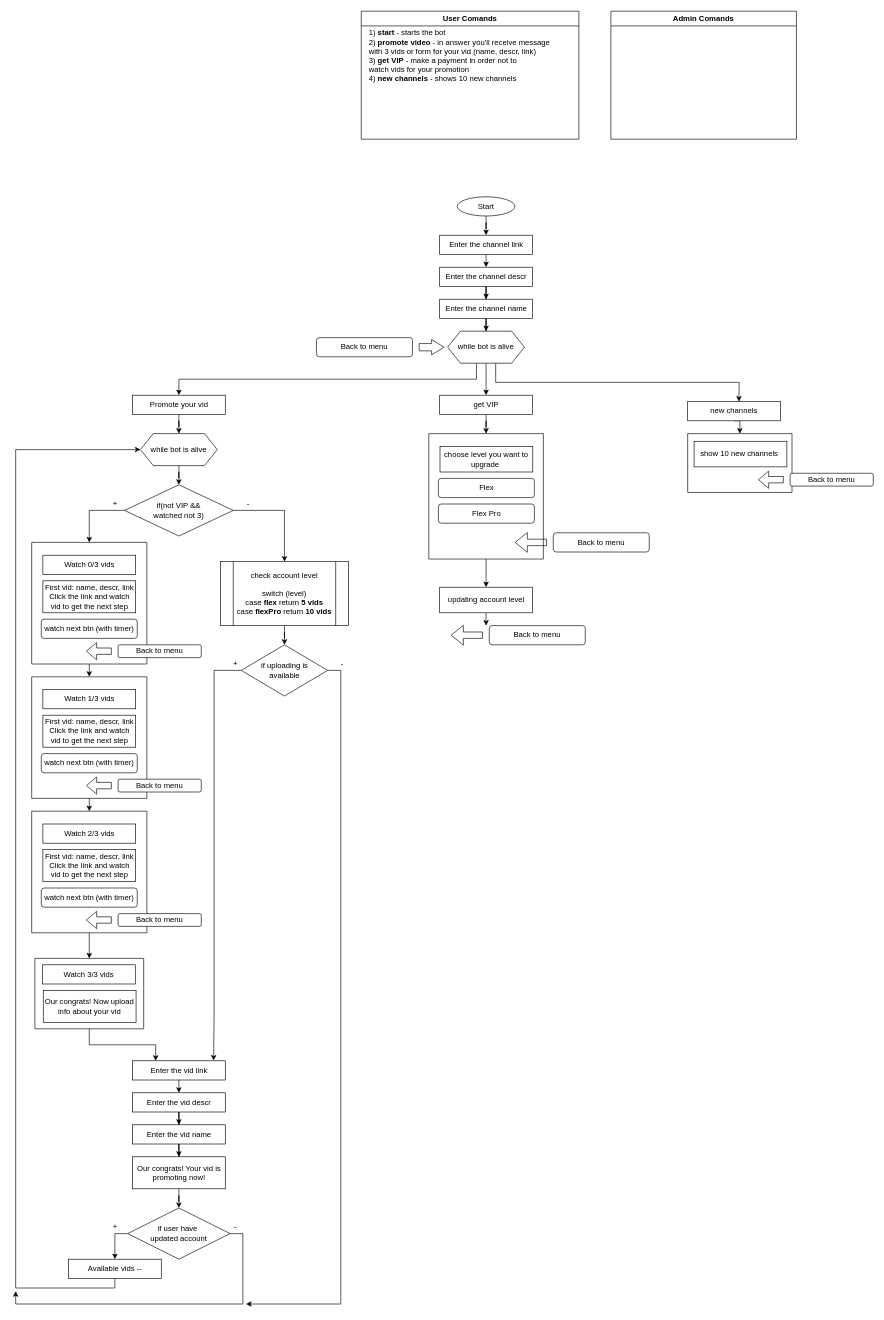
Above: TG bot.drawio in TitanKuzmich/planeStats (draw.io), before the change. Source tidied: cells renumbered, new cells numbered last; positions are measured from the earlier drawing's top-left corner, leaving out a move shared by most shapes. Both pictures are drawn from the tidied source at 64%, with x=0, y=0 at pixel (15, 11).
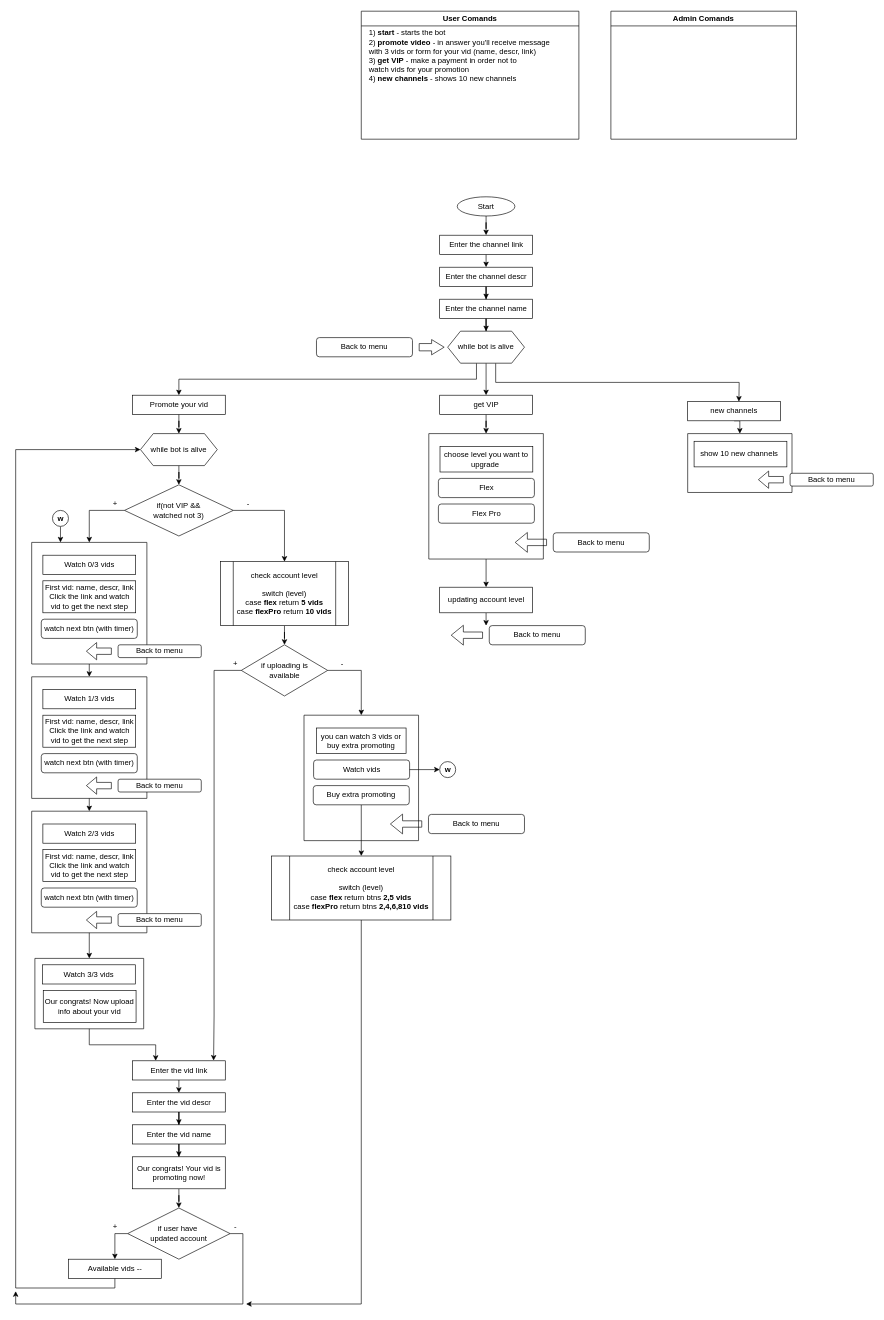
The same page after the edit.

The change refers to these unchanged cells:
```xml
<mxCell id="29" style="swimlane;startSize=0;" parent="1" vertex="1">
  <mxGeometry x="25" y="830" width="180" height="190" as="geometry" />
</mxCell>
<mxCell id="57" value="if uploading is&lt;br&gt;available" style="rhombus;whiteSpace=wrap;html=1;" parent="1" vertex="1">
  <mxGeometry x="352.5" y="990" width="135" height="80" as="geometry" />
</mxCell>
```

Change to the diagram source:
```diff
@@
-    <mxCell id="56" style="edgeStyle=orthogonalEdgeStyle;rounded=0;jettySize=auto;html=1;exitX=1;exitY=0.5;exitDx=0;exitDy=0;" parent="1" edge="1" source="57">
-      <mxGeometry relative="1" as="geometry">
-        <mxPoint x="360" y="2020" as="targetPoint" />
-        <Array as="points">
-          <mxPoint x="508" y="1030" />
-          <mxPoint x="508" y="2020" />
-        </Array>
-      </mxGeometry>
-    </mxCell>
+    <mxCell id="94" style="edgeStyle=orthogonalEdgeStyle;rounded=0;jettySize=auto;html=1;exitX=1;exitY=0.5;exitDx=0;exitDy=0;entryX=0.5;entryY=0;entryDx=0;entryDy=0;" parent="1" edge="1" source="57" target="96">
+      <mxGeometry relative="1" as="geometry" />
+    </mxCell>
@@
+    <mxCell id="95" style="edgeStyle=orthogonalEdgeStyle;rounded=0;jettySize=auto;html=1;exitX=0.5;exitY=1;exitDx=0;exitDy=0;" parent="1" edge="1" source="97" target="107">
+      <mxGeometry relative="1" as="geometry" />
+    </mxCell>
+    <mxCell id="96" style="swimlane;startSize=0;" parent="1" vertex="1">
+      <mxGeometry x="450.5" y="1100" width="179" height="196" as="geometry" />
+    </mxCell>
+    <mxCell id="97" value="Buy extra promoting" style="rounded=1;whiteSpace=wrap;html=1;" parent="96" vertex="1">
+      <mxGeometry x="14.5" y="110" width="150" height="30" as="geometry" />
+    </mxCell>
+    <mxCell id="98" value="Watch vids" style="rounded=1;whiteSpace=wrap;html=1;" parent="96" vertex="1">
+      <mxGeometry x="15" y="70" width="150" height="30" as="geometry" />
+    </mxCell>
+    <mxCell id="99" style="shape=flexArrow;endArrow=classic;html=1;" parent="96" edge="1">
+      <mxGeometry relative="1" as="geometry">
+        <mxPoint x="184.5" y="170" as="sourcePoint" />
+        <mxPoint x="134.5" y="170" as="targetPoint" />
+      </mxGeometry>
+    </mxCell>
+    <mxCell id="100" value="you can watch 3 vids or buy extra promoting" style="rounded=0;whiteSpace=wrap;html=1;" parent="96" vertex="1">
+      <mxGeometry x="19.5" y="20" width="140" height="40" as="geometry" />
+    </mxCell>
+    <mxCell id="101" value="Back to menu" style="rounded=1;whiteSpace=wrap;html=1;" parent="1" vertex="1">
+      <mxGeometry x="645" y="1255" width="150" height="30" as="geometry" />
+    </mxCell>
+    <mxCell id="102" value="&lt;b&gt;w&lt;/b&gt;" style="ellipse;whiteSpace=wrap;html=1;" parent="1" vertex="1">
+      <mxGeometry x="662.5" y="1172.5" width="25" height="25" as="geometry" />
+    </mxCell>
+    <mxCell id="103" style="edgeStyle=orthogonalEdgeStyle;rounded=0;jettySize=auto;html=1;exitX=1;exitY=0.5;exitDx=0;exitDy=0;entryX=0;entryY=0.5;entryDx=0;entryDy=0;" parent="1" edge="1" source="98" target="102">
+      <mxGeometry relative="1" as="geometry" />
+    </mxCell>
+    <mxCell id="104" style="edgeStyle=orthogonalEdgeStyle;rounded=0;jettySize=auto;html=1;exitX=0.5;exitY=1;exitDx=0;exitDy=0;entryX=0.25;entryY=0;entryDx=0;entryDy=0;" parent="1" edge="1" source="105" target="29">
+      <mxGeometry relative="1" as="geometry" />
+    </mxCell>
+    <mxCell id="105" value="&lt;b&gt;w&lt;/b&gt;" style="ellipse;whiteSpace=wrap;html=1;" parent="1" vertex="1">
+      <mxGeometry x="57.5" y="780" width="25" height="25" as="geometry" />
+    </mxCell>
+    <mxCell id="106" style="edgeStyle=orthogonalEdgeStyle;rounded=0;jettySize=auto;html=1;exitX=0.5;exitY=1;exitDx=0;exitDy=0;" parent="1" edge="1" source="107">
+      <mxGeometry relative="1" as="geometry">
+        <mxPoint x="360" y="2020" as="targetPoint" />
+        <Array as="points">
+          <mxPoint x="540" y="2020" />
+        </Array>
+      </mxGeometry>
+    </mxCell>
+    <mxCell id="107" value="check account level&lt;br&gt;&lt;br&gt;switch (level)&lt;br&gt;case &lt;b&gt;flex&lt;/b&gt; return btns &lt;b&gt;2,5 vids&lt;/b&gt;&lt;br&gt;case &lt;b&gt;flexPro&lt;/b&gt; return btns&lt;b&gt; 2,4,6,810 vids&lt;/b&gt;" style="shape=process;whiteSpace=wrap;html=1;backgroundOutline=1;" parent="1" vertex="1">
+      <mxGeometry x="400" y="1320" width="280" height="100" as="geometry" />
+    </mxCell>
```
